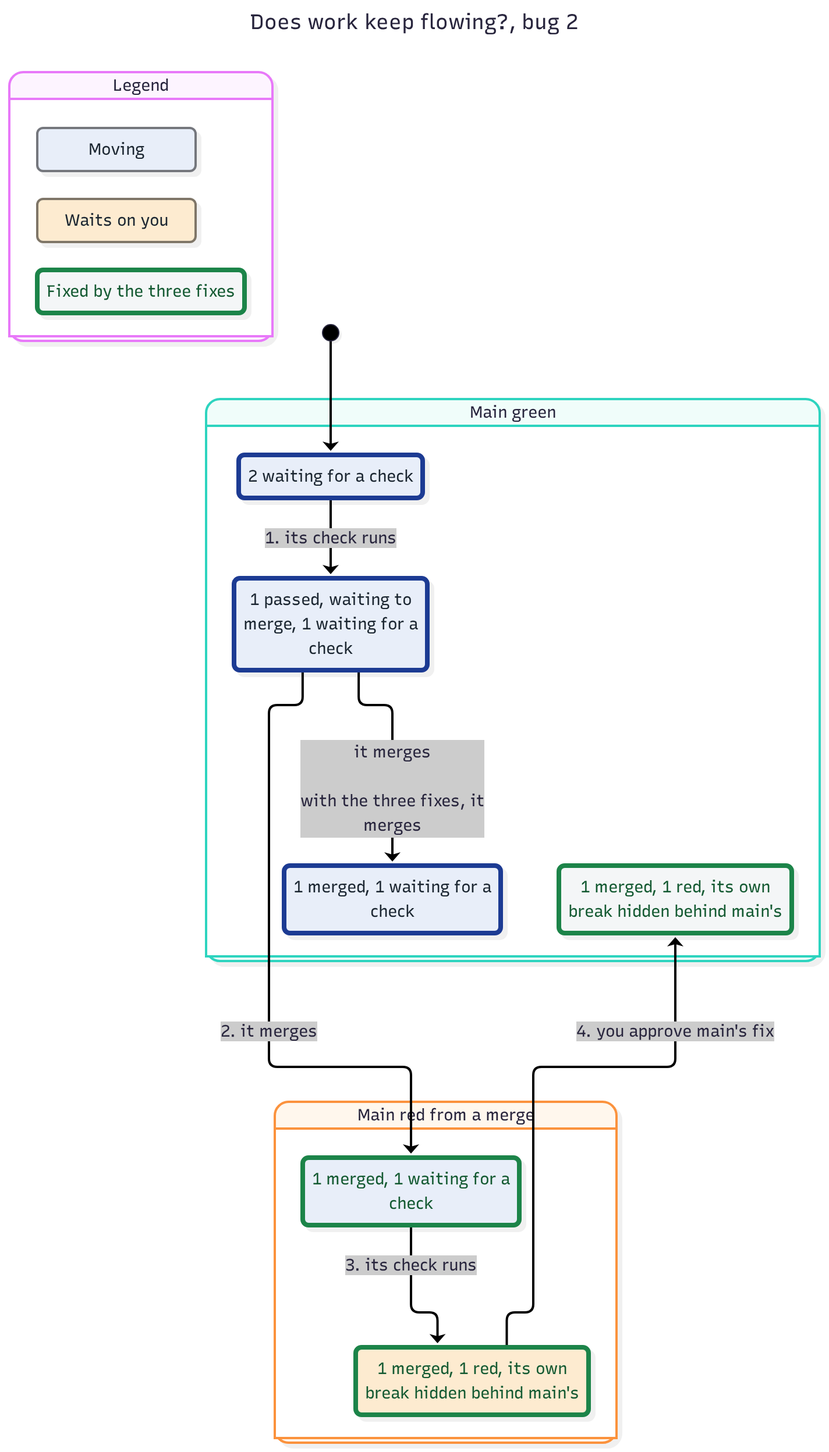
This is features/jmerge/spec/FlowToday-statechart/bug-2.png from JoshuaHayesWasHere/jstack, a Mermaid export, as it was before one commit. Its source is kept beside it as features/jmerge/spec/FlowToday-statechart/bug-2.mmd.
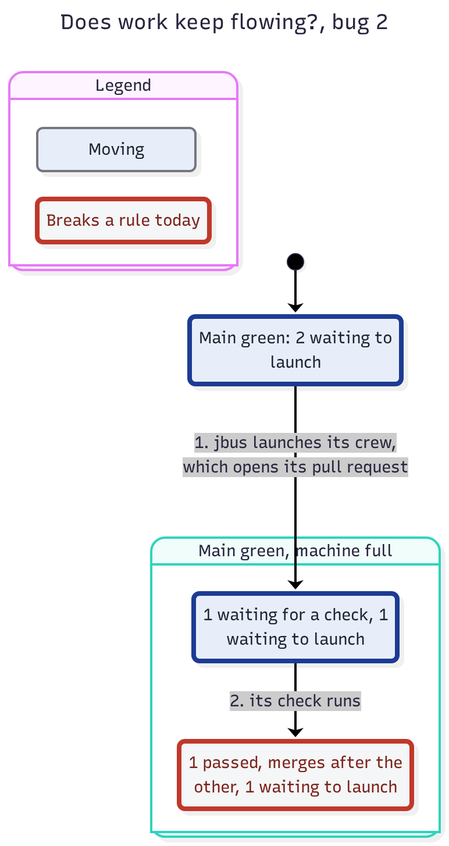
After the change.

Diff of the diagram source:
```diff
@@ -6,39 +6,23 @@
     useMaxWidth: false
 ---
 stateDiagram-v2
-  classDef plainFixed fill:#f4f6f7,stroke:#1e8449,stroke-width:4px,color:#145a32
+  classDef plainWrong fill:#f4f6f7,stroke:#c0392b,stroke-width:4px,color:#7b241c
   classDef group1 fill:#e8eef9,stroke:#74777d,color:#1b2631
-  classDef group1Fixed fill:#e8eef9,stroke:#1e8449,stroke-width:4px,color:#145a32
   classDef group1Path fill:#e8eef9,stroke:#1f3a93,stroke-width:4px,color:#1b2631
-  classDef group2 fill:#fdebd0,stroke:#7f7668,color:#1b2631
-  classDef group2Fixed fill:#fdebd0,stroke:#1e8449,stroke-width:4px,color:#145a32
   state "Legend" as legend {
     state "Moving" as legendGroup1
-    state "Waits on you" as legendGroup2
-    state "Fixed by the three fixes" as legendFixed
+    state "Breaks a rule today" as legendWrong
   }
   class legendGroup1 group1
-  class legendGroup2 group2
-  class legendFixed plainFixed
-  state "Main green" as g0 {
-    state "1 merged, 1 red, its own<br/>break hidden behind main's" as s0
-    state "1 merged, 1 waiting for a<br/>check" as s1
-    state "1 passed, waiting to<br/>merge, 1 waiting for a<br/>check" as s2
-    state "2 waiting for a check" as s3
+  class legendWrong plainWrong
+  state "Main green, machine full" as g0 {
+    state "1 passed, merges after the<br/>other, 1 waiting to launch" as s0
+    state "1 waiting for a check, 1<br/>waiting to launch" as s1
   }
-  state "Main red from a merge" as g1 {
-    state "1 merged, 1 red, its own<br/>break hidden behind main's" as s4
-    state "1 merged, 1 waiting for a<br/>check" as s5
-  }
-  [*] --> s3
-  s3 --> s2 : 1. its check runs
-  s2 --> s1 : it merges<br/>#160;<br/>with the three fixes, it<br/>merges
-  s2 --> s5 : 2. it merges
-  s5 --> s4 : 3. its check runs
-  s4 --> s0 : 4. you approve main's fix
-  class s0 plainFixed
+  state "Main green: 2 waiting to<br/>launch" as s2
+  [*] --> s2
+  s2 --> s1 : 1. jbus launches its crew,<br/>which opens its pull request
+  s1 --> s0 : 2. its check runs
+  class s0 plainWrong
   class s1 group1Path
   class s2 group1Path
-  class s3 group1Path
-  class s4 group2Fixed
-  class s5 group1Fixed
```
